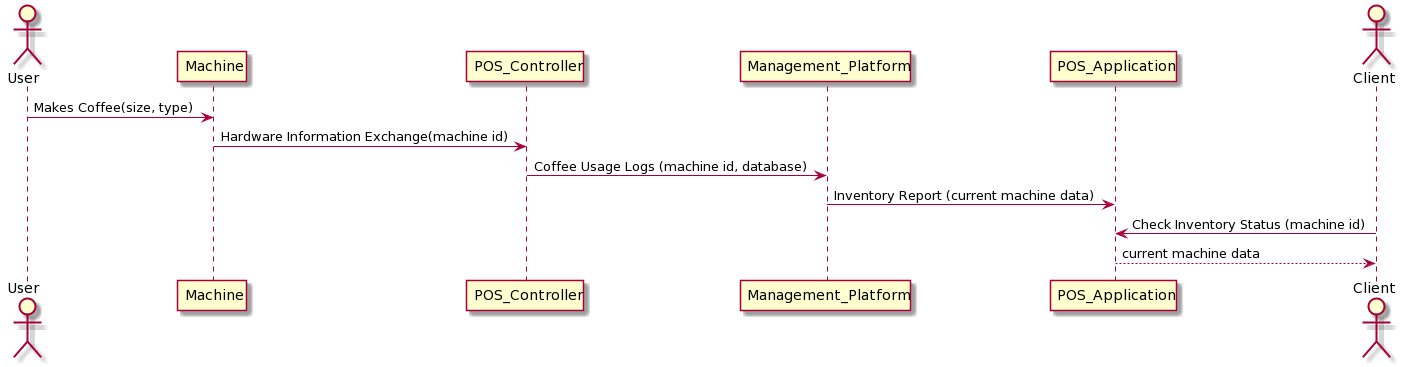
Above: docs/images/Design1SeqDiagramM2.png in dgruninger97/Project (PlantUML), before the change.
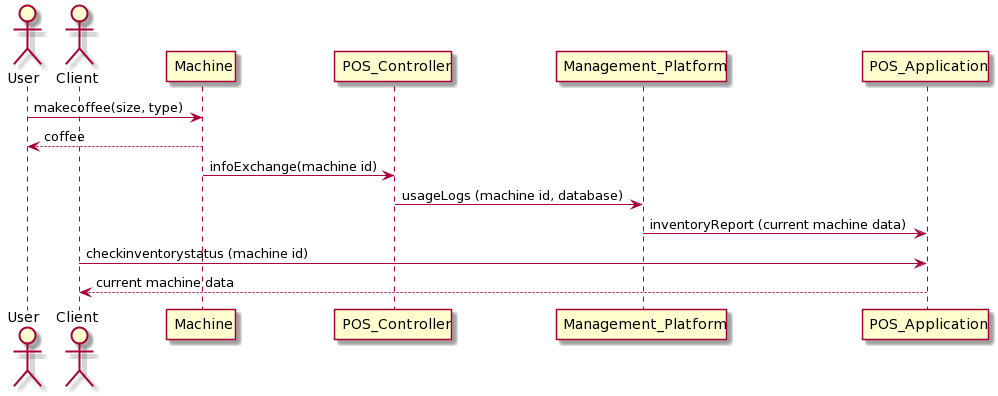
The same file after the commit.

Commit message:
Continued M2 work, added sequence diagram for design 2

Change to the diagram source:
```diff
@@ -1,10 +1,11 @@
 @startuml
 actor User
-User -> Machine:Makes Coffee(size, type)
-Machine -> POS_Controller: Hardware Information Exchange(machine id)
-POS_Controller -> Management_Platform: Coffee Usage Logs (machine id, database)
-Management_Platform -> POS_Application: Inventory Report (current machine data)
 actor Client
-Client -> POS_Application: Check Inventory Status (machine id)
+User -> Machine:makecoffee(size, type)
+Machine --> User: coffee
+Machine -> POS_Controller:infoExchange(machine id)
+POS_Controller -> Management_Platform: usageLogs (machine id, database)
+Management_Platform -> POS_Application: inventoryReport (current machine data)
+Client -> POS_Application: checkinventorystatus (machine id)
 POS_Application --> Client: current machine data
 @enduml
```
